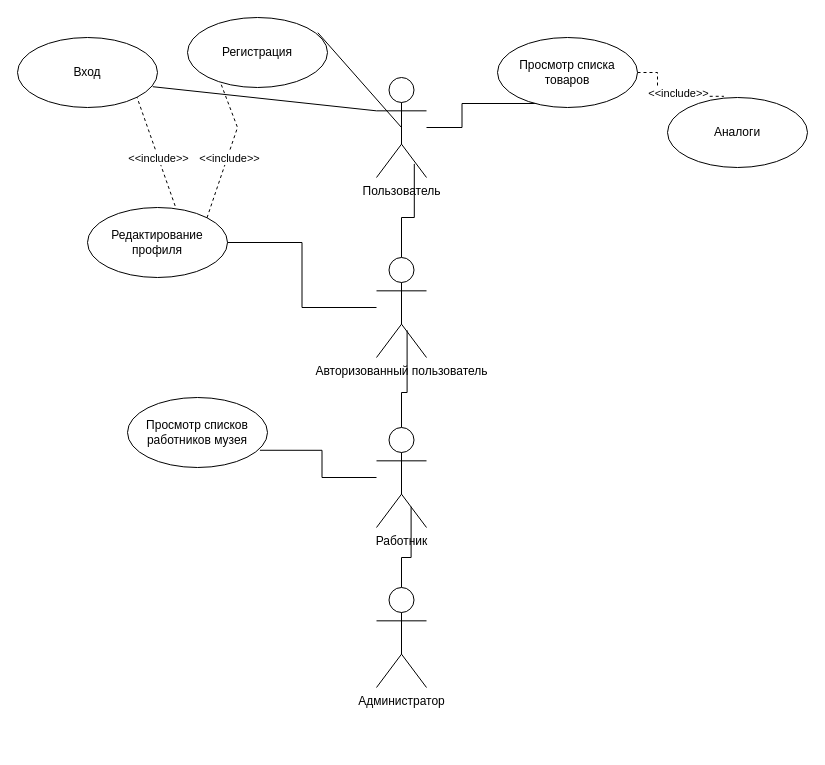
shtorm901/pharmacy_Data_Base keeps this draw.io diagram as UML.drawio. Above is the earlier version. Source tidied: cells renumbered, new cells numbered last; positions are measured from the earlier drawing's top-left corner, leaving out a move shared by most shapes. Both pictures are drawn from the tidied source at 100%, with x=0, y=0 at pixel (17, 17).
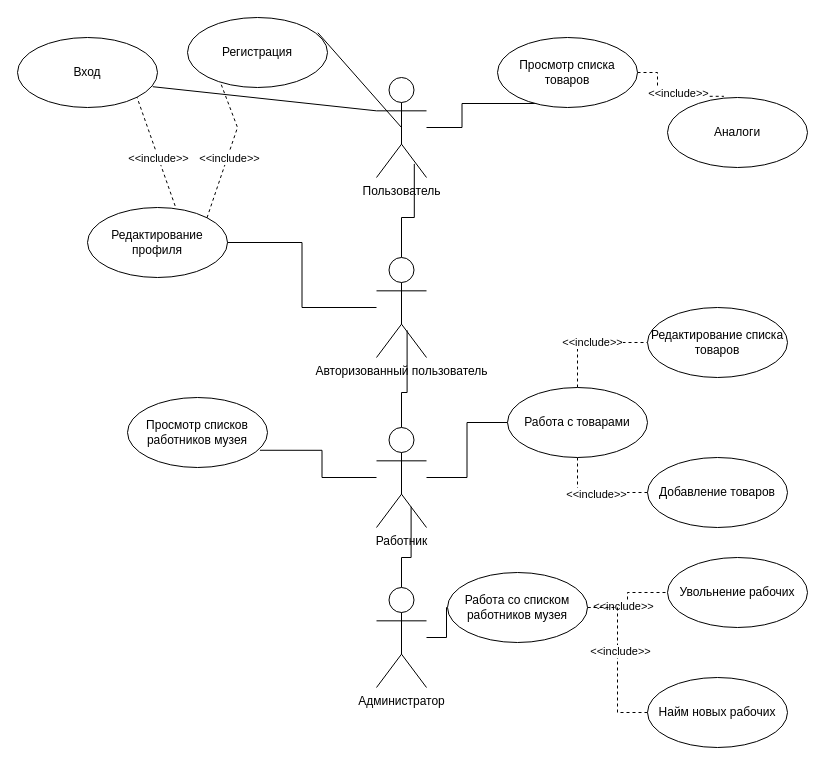
The same diagram, later.

The change refers to these unchanged cells:
```xml
<mxCell id="15" value="Работник" style="shape=umlActor;verticalLabelPosition=bottom;verticalAlign=top;html=1;" parent="1" vertex="1">
  <mxGeometry x="359" y="410" width="50" height="100" as="geometry" />
</mxCell>
<mxCell id="21" value="Администратор" style="shape=umlActor;verticalLabelPosition=bottom;verticalAlign=top;html=1;" parent="1" vertex="1">
  <mxGeometry x="359" y="570" width="50" height="100" as="geometry" />
</mxCell>
```

Diff of the diagram source:
```diff
@@
+    <mxCell id="26" style="edgeStyle=orthogonalEdgeStyle;rounded=0;jettySize=auto;html=1;endArrow=none;endFill=0;" parent="1" edge="1" source="15" target="32">
+      <mxGeometry relative="1" as="geometry" />
+    </mxCell>
@@
+    <mxCell id="27" style="edgeStyle=orthogonalEdgeStyle;rounded=0;jettySize=auto;html=1;endArrow=none;endFill=0;" parent="1" edge="1" source="21" target="39">
+      <mxGeometry relative="1" as="geometry" />
+    </mxCell>
@@
+    <mxCell id="28" style="edgeStyle=orthogonalEdgeStyle;rounded=0;jettySize=auto;html=1;entryX=0;entryY=0.5;entryDx=0;entryDy=0;endArrow=none;endFill=0;dashed=1;" parent="1" edge="1" source="32" target="34">
+      <mxGeometry relative="1" as="geometry" />
+    </mxCell>
+    <mxCell id="29" value="&amp;lt;&amp;lt;include&amp;gt;&amp;gt;" style="edgeLabel;html=1;align=center;verticalAlign=middle;" parent="28" vertex="1">
+      <mxGeometry y="-1" relative="1" as="geometry" />
+    </mxCell>
+    <mxCell id="30" style="edgeStyle=orthogonalEdgeStyle;rounded=0;jettySize=auto;html=1;entryX=0;entryY=0.5;entryDx=0;entryDy=0;endArrow=none;endFill=0;dashed=1;" parent="1" edge="1" source="32" target="33">
+      <mxGeometry relative="1" as="geometry" />
+    </mxCell>
+    <mxCell id="31" value="&amp;lt;&amp;lt;include&amp;gt;&amp;gt;" style="edgeLabel;html=1;align=center;verticalAlign=middle;" parent="30" vertex="1">
+      <mxGeometry x="0.02" y="1" relative="1" as="geometry" />
+    </mxCell>
+    <mxCell id="32" value="Работа с товарами" style="ellipse;whiteSpace=wrap;html=1;" parent="1" vertex="1">
+      <mxGeometry x="490" y="370" width="140" height="70" as="geometry" />
+    </mxCell>
+    <mxCell id="33" value="Редактирование списка товаров" style="ellipse;whiteSpace=wrap;html=1;" parent="1" vertex="1">
+      <mxGeometry x="630" y="290" width="140" height="70" as="geometry" />
+    </mxCell>
+    <mxCell id="34" value="Добавление товаров" style="ellipse;whiteSpace=wrap;html=1;" parent="1" vertex="1">
+      <mxGeometry x="630" y="440" width="140" height="70" as="geometry" />
+    </mxCell>
+    <mxCell id="35" style="edgeStyle=orthogonalEdgeStyle;rounded=0;jettySize=auto;html=1;entryX=0;entryY=0.5;entryDx=0;entryDy=0;endArrow=none;endFill=0;dashed=1;" parent="1" edge="1" source="39" target="40">
+      <mxGeometry relative="1" as="geometry" />
+    </mxCell>
+    <mxCell id="36" value="&amp;lt;&amp;lt;include&amp;gt;&amp;gt;" style="edgeLabel;html=1;align=center;verticalAlign=middle;" parent="35" vertex="1">
+      <mxGeometry x="-0.27" y="2" relative="1" as="geometry" />
+    </mxCell>
+    <mxCell id="37" style="edgeStyle=orthogonalEdgeStyle;rounded=0;jettySize=auto;html=1;entryX=0;entryY=0.5;entryDx=0;entryDy=0;dashed=1;endArrow=none;endFill=0;" parent="1" edge="1" source="39" target="41">
+      <mxGeometry relative="1" as="geometry" />
+    </mxCell>
+    <mxCell id="38" value="&amp;lt;&amp;lt;include&amp;gt;&amp;gt;" style="edgeLabel;html=1;align=center;verticalAlign=middle;" parent="37" vertex="1">
+      <mxGeometry x="-0.12" y="2" relative="1" as="geometry" />
+    </mxCell>
+    <mxCell id="39" value="Работа со списком работников музея" style="ellipse;whiteSpace=wrap;html=1;" parent="1" vertex="1">
+      <mxGeometry x="430" y="555" width="140" height="70" as="geometry" />
+    </mxCell>
+    <mxCell id="40" value="Увольнение рабочих" style="ellipse;whiteSpace=wrap;html=1;" parent="1" vertex="1">
+      <mxGeometry x="650" y="540" width="140" height="70" as="geometry" />
+    </mxCell>
+    <mxCell id="41" value="Найм новых рабочих" style="ellipse;whiteSpace=wrap;html=1;" parent="1" vertex="1">
+      <mxGeometry x="630" y="660" width="140" height="70" as="geometry" />
+    </mxCell>
```
